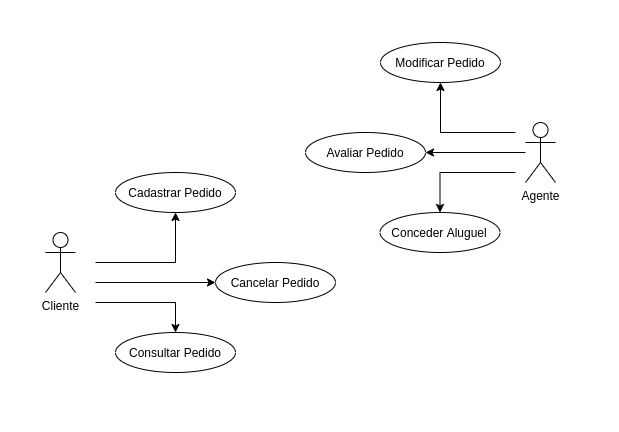
Earlier version of the draw.io export Laboratório 2/Projeto/Diagramas de Caso de Uso/20-04-21/Casos de Uso.png (ogregorio/lab_desenvolvimento). Source tidied: cells renumbered, new cells last; positions are measured from the earlier drawing's top-left corner, leaving out a move shared by most shapes.
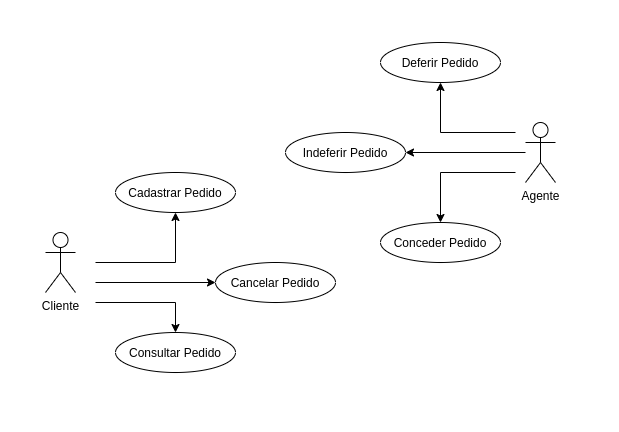
The same diagram one commit later.

Commit message:
Update: Diagrama de Classes e Diagramas de Uso

What changed in the source:
```diff
@@ -49,14 +49,14 @@
     <mxCell id="12" value="Agente" style="shape=umlActor;verticalLabelPosition=bottom;verticalAlign=top;html=1;outlineConnect=0;" parent="1" vertex="1">
       <mxGeometry x="480" y="80" width="30" height="60" as="geometry" />
     </mxCell>
-    <mxCell id="13" value="Conceder Aluguel" style="ellipse;whiteSpace=wrap;html=1;" parent="1" vertex="1">
-      <mxGeometry x="334.5" y="170" width="120" height="40" as="geometry" />
+    <mxCell id="13" value="Conceder Pedido" style="ellipse;whiteSpace=wrap;html=1;" parent="1" vertex="1">
+      <mxGeometry x="335" y="180" width="120" height="40" as="geometry" />
     </mxCell>
-    <mxCell id="14" value="Modificar Pedido" style="ellipse;whiteSpace=wrap;html=1;" parent="1" vertex="1">
+    <mxCell id="14" value="Deferir Pedido" style="ellipse;whiteSpace=wrap;html=1;" parent="1" vertex="1">
       <mxGeometry x="335" width="120" height="40" as="geometry" />
     </mxCell>
-    <mxCell id="15" value="Avaliar Pedido" style="ellipse;whiteSpace=wrap;html=1;" parent="1" vertex="1">
-      <mxGeometry x="260" y="90" width="120" height="40" as="geometry" />
+    <mxCell id="15" value="Indeferir Pedido" style="ellipse;whiteSpace=wrap;html=1;" parent="1" vertex="1">
+      <mxGeometry x="240" y="90" width="120" height="40" as="geometry" />
     </mxCell>
   </root>
 </mxGraphModel>
```
